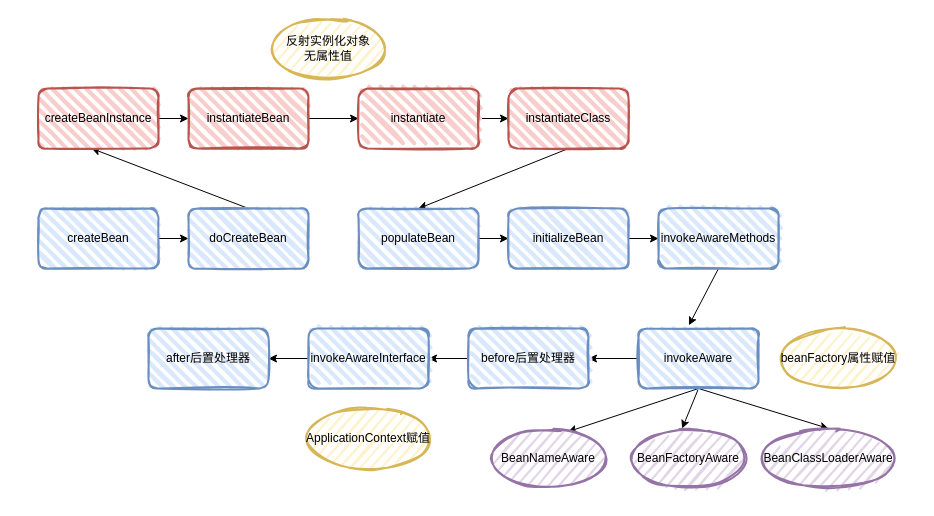
This is bean.drawio from hyinyinh/drawio, a draw.io file, before an edit. Source tidied: cells renumbered, new cells numbered last; positions are measured from the earlier drawing's top-left corner, leaving out a move shared by most shapes. Both pictures are drawn from the tidied source at 100%, with x=0, y=0 at pixel (38, 18).
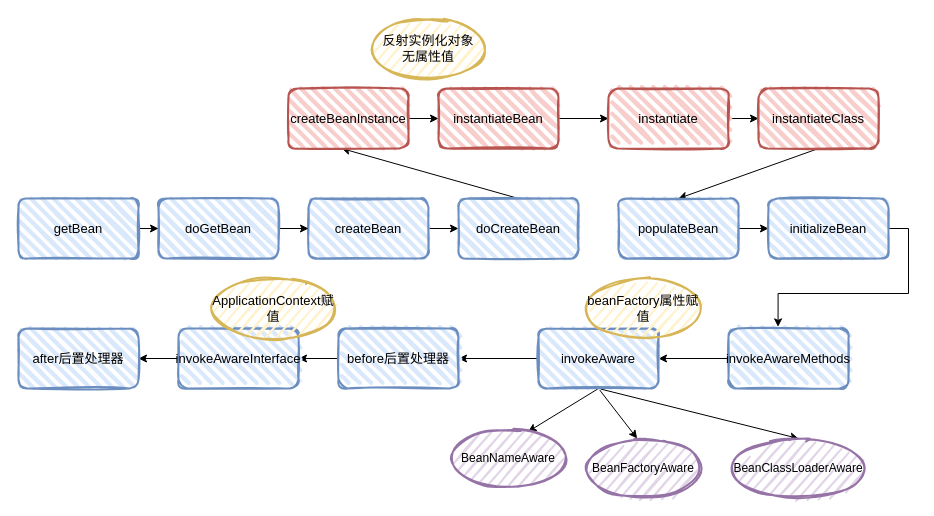
The same page after the edit.

The edit, as a diff of the source:
```diff
@@
-    <mxCell id="2" style="edgeStyle=orthogonalEdgeStyle;rounded=0;jettySize=auto;html=1;exitX=1;exitY=0.5;exitDx=0;exitDy=0;entryX=0;entryY=0.5;entryDx=0;entryDy=0;" parent="1" edge="1" source="3" target="5">
+    <mxCell id="2" style="edgeStyle=orthogonalEdgeStyle;rounded=0;jettySize=auto;html=1;exitX=1;exitY=0.5;exitDx=0;exitDy=0;entryX=0;entryY=0.5;entryDx=0;entryDy=0;fontSize=13;" parent="1" edge="1" source="3" target="5">
       <mxGeometry relative="1" as="geometry" />
     </mxCell>
-    <mxCell id="3" value="createBean" style="rounded=1;whiteSpace=wrap;html=1;strokeWidth=2;fillWeight=4;hachureGap=8;hachureAngle=45;fillColor=#dae8fc;sketch=1;strokeColor=#6c8ebf;" parent="1" vertex="1">
-      <mxGeometry y="190" width="120" height="60" as="geometry" />
+    <mxCell id="3" value="createBean" style="rounded=1;whiteSpace=wrap;html=1;strokeWidth=2;fillWeight=4;hachureGap=8;hachureAngle=45;fillColor=#dae8fc;sketch=1;strokeColor=#6c8ebf;fontSize=13;" parent="1" vertex="1">
+      <mxGeometry x="270" y="180" width="120" height="60" as="geometry" />
     </mxCell>
-    <mxCell id="4" style="edgeStyle=none;rounded=0;jettySize=auto;html=1;exitX=0.5;exitY=0;exitDx=0;exitDy=0;entryX=0.443;entryY=1;entryDx=0;entryDy=0;entryPerimeter=0;" parent="1" edge="1" source="5" target="7">
+    <mxCell id="4" style="edgeStyle=none;rounded=0;jettySize=auto;html=1;exitX=0.5;exitY=0;exitDx=0;exitDy=0;entryX=0.443;entryY=1;entryDx=0;entryDy=0;entryPerimeter=0;fontSize=13;" parent="1" edge="1" source="5" target="7">
       <mxGeometry relative="1" as="geometry" />
     </mxCell>
-    <mxCell id="5" value="doCreateBean" style="rounded=1;whiteSpace=wrap;html=1;strokeWidth=2;fillWeight=4;hachureGap=8;hachureAngle=45;fillColor=#dae8fc;sketch=1;strokeColor=#6c8ebf;" parent="1" vertex="1">
-      <mxGeometry x="150" y="190" width="120" height="60" as="geometry" />
+    <mxCell id="5" value="doCreateBean" style="rounded=1;whiteSpace=wrap;html=1;strokeWidth=2;fillWeight=4;hachureGap=8;hachureAngle=45;fillColor=#dae8fc;sketch=1;strokeColor=#6c8ebf;fontSize=13;" parent="1" vertex="1">
+      <mxGeometry x="420" y="180" width="120" height="60" as="geometry" />
     </mxCell>
-    <mxCell id="6" style="edgeStyle=orthogonalEdgeStyle;rounded=0;jettySize=auto;html=1;exitX=1;exitY=0.5;exitDx=0;exitDy=0;entryX=0;entryY=0.5;entryDx=0;entryDy=0;" parent="1" edge="1" source="7" target="10">
+    <mxCell id="6" style="edgeStyle=orthogonalEdgeStyle;rounded=0;jettySize=auto;html=1;exitX=1;exitY=0.5;exitDx=0;exitDy=0;entryX=0;entryY=0.5;entryDx=0;entryDy=0;fontSize=13;" parent="1" edge="1" source="7" target="10">
       <mxGeometry relative="1" as="geometry" />
     </mxCell>
-    <mxCell id="7" value="createBeanInstance" style="rounded=1;whiteSpace=wrap;html=1;strokeWidth=2;fillWeight=4;hachureGap=8;hachureAngle=45;fillColor=#f8cecc;sketch=1;strokeColor=#b85450;" parent="1" vertex="1">
-      <mxGeometry y="70" width="120" height="60" as="geometry" />
+    <mxCell id="7" value="createBeanInstance" style="rounded=1;whiteSpace=wrap;html=1;strokeWidth=2;fillWeight=4;hachureGap=8;hachureAngle=45;fillColor=#f8cecc;sketch=1;strokeColor=#b85450;fontSize=13;" parent="1" vertex="1">
+      <mxGeometry x="250" y="70" width="120" height="60" as="geometry" />
     </mxCell>
-    <mxCell id="8" value="反射实例化对象&lt;br&gt;无属性值" style="ellipse;whiteSpace=wrap;html=1;strokeWidth=2;fillWeight=2;hachureGap=8;fillColor=#fff2cc;fillStyle=dots;sketch=1;strokeColor=#d6b656;" parent="1" vertex="1">
-      <mxGeometry x="230" width="120" height="60" as="geometry" />
+    <mxCell id="8" value="反射实例化对象&lt;br style=&quot;font-size: 13px;&quot;&gt;无属性值" style="ellipse;whiteSpace=wrap;html=1;strokeWidth=2;fillWeight=2;hachureGap=8;fillColor=#fff2cc;fillStyle=dots;sketch=1;strokeColor=#d6b656;fontSize=13;" parent="1" vertex="1">
+      <mxGeometry x="330" width="120" height="60" as="geometry" />
     </mxCell>
-    <mxCell id="9" style="edgeStyle=orthogonalEdgeStyle;rounded=0;jettySize=auto;html=1;exitX=1;exitY=0.5;exitDx=0;exitDy=0;entryX=0;entryY=0.5;entryDx=0;entryDy=0;" parent="1" edge="1" source="10" target="12">
+    <mxCell id="9" style="edgeStyle=orthogonalEdgeStyle;rounded=0;jettySize=auto;html=1;exitX=1;exitY=0.5;exitDx=0;exitDy=0;entryX=0;entryY=0.5;entryDx=0;entryDy=0;fontSize=13;" parent="1" edge="1" source="10" target="12">
       <mxGeometry relative="1" as="geometry" />
     </mxCell>
-    <mxCell id="10" value="instantiateBean" style="rounded=1;whiteSpace=wrap;html=1;strokeWidth=2;fillWeight=4;hachureGap=8;hachureAngle=45;fillColor=#f8cecc;sketch=1;strokeColor=#b85450;" parent="1" vertex="1">
-      <mxGeometry x="150" y="70" width="120" height="60" as="geometry" />
+    <mxCell id="10" value="instantiateBean" style="rounded=1;whiteSpace=wrap;html=1;strokeWidth=2;fillWeight=4;hachureGap=8;hachureAngle=45;fillColor=#f8cecc;sketch=1;strokeColor=#b85450;fontSize=13;" parent="1" vertex="1">
+      <mxGeometry x="400" y="70" width="120" height="60" as="geometry" />
     </mxCell>
-    <mxCell id="11" style="edgeStyle=orthogonalEdgeStyle;rounded=0;jettySize=auto;html=1;exitX=1;exitY=0.5;exitDx=0;exitDy=0;" parent="1" edge="1" source="12" target="14">
+    <mxCell id="11" style="edgeStyle=orthogonalEdgeStyle;rounded=0;jettySize=auto;html=1;exitX=1;exitY=0.5;exitDx=0;exitDy=0;fontSize=13;" parent="1" edge="1" source="12" target="14">
       <mxGeometry relative="1" as="geometry" />
     </mxCell>
-    <mxCell id="12" value="instantiate" style="rounded=1;whiteSpace=wrap;html=1;strokeWidth=2;fillWeight=4;hachureGap=8;hachureAngle=45;fillColor=#f8cecc;sketch=1;strokeColor=#b85450;" parent="1" vertex="1">
-      <mxGeometry x="320" y="70" width="120" height="60" as="geometry" />
+    <mxCell id="12" value="instantiate" style="rounded=1;whiteSpace=wrap;html=1;strokeWidth=2;fillWeight=4;hachureGap=8;hachureAngle=45;fillColor=#f8cecc;sketch=1;strokeColor=#b85450;fontSize=13;" parent="1" vertex="1">
+      <mxGeometry x="570" y="70" width="120" height="60" as="geometry" />
     </mxCell>
-    <mxCell id="13" style="edgeStyle=none;rounded=0;jettySize=auto;html=1;exitX=0.5;exitY=1;exitDx=0;exitDy=0;entryX=0.5;entryY=0;entryDx=0;entryDy=0;" parent="1" edge="1" source="14" target="16">
+    <mxCell id="13" style="edgeStyle=none;rounded=0;jettySize=auto;html=1;exitX=0.5;exitY=1;exitDx=0;exitDy=0;entryX=0.5;entryY=0;entryDx=0;entryDy=0;fontSize=13;" parent="1" edge="1" source="14" target="16">
       <mxGeometry relative="1" as="geometry" />
     </mxCell>
-    <mxCell id="14" value="instantiateClass" style="rounded=1;whiteSpace=wrap;html=1;strokeWidth=2;fillWeight=4;hachureGap=8;hachureAngle=45;fillColor=#f8cecc;sketch=1;strokeColor=#b85450;" parent="1" vertex="1">
-      <mxGeometry x="470" y="70" width="120" height="60" as="geometry" />
+    <mxCell id="14" value="instantiateClass" style="rounded=1;whiteSpace=wrap;html=1;strokeWidth=2;fillWeight=4;hachureGap=8;hachureAngle=45;fillColor=#f8cecc;sketch=1;strokeColor=#b85450;fontSize=13;" parent="1" vertex="1">
+      <mxGeometry x="720" y="70" width="120" height="60" as="geometry" />
     </mxCell>
-    <mxCell id="15" style="edgeStyle=none;rounded=0;jettySize=auto;html=1;exitX=1;exitY=0.5;exitDx=0;exitDy=0;" parent="1" edge="1" source="16" target="18">
+    <mxCell id="15" style="edgeStyle=none;rounded=0;jettySize=auto;html=1;exitX=1;exitY=0.5;exitDx=0;exitDy=0;fontSize=13;" parent="1" edge="1" source="16" target="18">
       <mxGeometry relative="1" as="geometry" />
     </mxCell>
-    <mxCell id="16" value="populateBean" style="rounded=1;whiteSpace=wrap;html=1;strokeWidth=2;fillWeight=4;hachureGap=8;hachureAngle=45;fillColor=#dae8fc;sketch=1;strokeColor=#6c8ebf;" parent="1" vertex="1">
-      <mxGeometry x="320" y="190" width="120" height="60" as="geometry" />
+    <mxCell id="16" value="populateBean" style="rounded=1;whiteSpace=wrap;html=1;strokeWidth=2;fillWeight=4;hachureGap=8;hachureAngle=45;fillColor=#dae8fc;sketch=1;strokeColor=#6c8ebf;fontSize=13;" parent="1" vertex="1">
+      <mxGeometry x="580" y="180" width="120" height="60" as="geometry" />
     </mxCell>
-    <mxCell id="17" style="edgeStyle=none;rounded=0;jettySize=auto;html=1;exitX=1;exitY=0.5;exitDx=0;exitDy=0;entryX=0;entryY=0.5;entryDx=0;entryDy=0;" parent="1" edge="1" source="18" target="20">
+    <mxCell id="17" style="edgeStyle=orthogonalEdgeStyle;rounded=0;jettySize=auto;html=1;exitX=1;exitY=0.5;exitDx=0;exitDy=0;entryX=0.413;entryY=-0.027;entryDx=0;entryDy=0;fontSize=13;entryPerimeter=0;" parent="1" edge="1" source="18" target="20">
       <mxGeometry relative="1" as="geometry" />
     </mxCell>
-    <mxCell id="18" value="initializeBean" style="rounded=1;whiteSpace=wrap;html=1;strokeWidth=2;fillWeight=4;hachureGap=8;hachureAngle=45;fillColor=#dae8fc;sketch=1;strokeColor=#6c8ebf;" parent="1" vertex="1">
-      <mxGeometry x="470" y="190" width="120" height="60" as="geometry" />
+    <mxCell id="18" value="initializeBean" style="rounded=1;whiteSpace=wrap;html=1;strokeWidth=2;fillWeight=4;hachureGap=8;hachureAngle=45;fillColor=#dae8fc;sketch=1;strokeColor=#6c8ebf;fontSize=13;" parent="1" vertex="1">
+      <mxGeometry x="730" y="180" width="120" height="60" as="geometry" />
     </mxCell>
-    <mxCell id="19" style="edgeStyle=none;rounded=0;jettySize=auto;html=1;exitX=0.5;exitY=1;exitDx=0;exitDy=0;entryX=0.42;entryY=-0.053;entryDx=0;entryDy=0;entryPerimeter=0;" parent="1" edge="1" source="20" target="25">
+    <mxCell id="19" style="edgeStyle=orthogonalEdgeStyle;rounded=0;jettySize=auto;html=1;exitX=0;exitY=0.5;exitDx=0;exitDy=0;entryX=1;entryY=0.5;entryDx=0;entryDy=0;fontSize=13;" parent="1" edge="1" source="20" target="25">
       <mxGeometry relative="1" as="geometry" />
     </mxCell>
-    <mxCell id="20" value="invokeAwareMethods" style="rounded=1;whiteSpace=wrap;html=1;strokeWidth=2;fillWeight=4;hachureGap=8;hachureAngle=45;fillColor=#dae8fc;sketch=1;strokeColor=#6c8ebf;" parent="1" vertex="1">
-      <mxGeometry x="620" y="190" width="120" height="60" as="geometry" />
+    <mxCell id="20" value="invokeAwareMethods" style="rounded=1;whiteSpace=wrap;html=1;strokeWidth=2;fillWeight=4;hachureGap=8;hachureAngle=45;fillColor=#dae8fc;sketch=1;strokeColor=#6c8ebf;fontSize=13;" parent="1" vertex="1">
+      <mxGeometry x="690" y="310" width="120" height="60" as="geometry" />
     </mxCell>
-    <mxCell id="21" style="edgeStyle=none;rounded=0;jettySize=auto;html=1;exitX=0;exitY=0.5;exitDx=0;exitDy=0;entryX=1;entryY=0.5;entryDx=0;entryDy=0;" parent="1" edge="1" source="25" target="30">
+    <mxCell id="21" style="edgeStyle=none;rounded=0;jettySize=auto;html=1;exitX=0;exitY=0.5;exitDx=0;exitDy=0;entryX=1;entryY=0.5;entryDx=0;entryDy=0;fontSize=13;" parent="1" edge="1" source="25" target="30">
       <mxGeometry relative="1" as="geometry" />
     </mxCell>
@@
-    <mxCell id="25" value="invokeAware" style="rounded=1;whiteSpace=wrap;html=1;strokeWidth=2;fillWeight=4;hachureGap=8;hachureAngle=45;fillColor=#dae8fc;sketch=1;strokeColor=#6c8ebf;" parent="1" vertex="1">
-      <mxGeometry x="600" y="310" width="120" height="60" as="geometry" />
+    <mxCell id="25" value="invokeAware" style="rounded=1;whiteSpace=wrap;html=1;strokeWidth=2;fillWeight=4;hachureGap=8;hachureAngle=45;fillColor=#dae8fc;sketch=1;strokeColor=#6c8ebf;fontSize=13;" parent="1" vertex="1">
+      <mxGeometry x="500" y="310" width="120" height="60" as="geometry" />
     </mxCell>
     <mxCell id="26" value="BeanNameAware" style="ellipse;whiteSpace=wrap;html=1;strokeWidth=2;fillWeight=2;hachureGap=8;fillColor=#e1d5e7;fillStyle=dots;sketch=1;strokeColor=#9673a6;" parent="1" vertex="1">
-      <mxGeometry x="450" y="410" width="120" height="60" as="geometry" />
+      <mxGeometry x="410" y="410" width="120" height="60" as="geometry" />
     </mxCell>
     <mxCell id="27" value="BeanFactoryAware" style="ellipse;whiteSpace=wrap;html=1;strokeWidth=2;fillWeight=2;hachureGap=8;fillColor=#e1d5e7;fillStyle=dots;sketch=1;strokeColor=#9673a6;" parent="1" vertex="1">
-      <mxGeometry x="590" y="410" width="120" height="60" as="geometry" />
+      <mxGeometry x="545" y="420" width="120" height="60" as="geometry" />
     </mxCell>
     <mxCell id="28" value="BeanClassLoaderAware" style="ellipse;whiteSpace=wrap;html=1;strokeWidth=2;fillWeight=2;hachureGap=8;fillColor=#e1d5e7;fillStyle=dots;sketch=1;strokeColor=#9673a6;" parent="1" vertex="1">
-      <mxGeometry x="720" y="410" width="140" height="60" as="geometry" />
+      <mxGeometry x="690" y="420" width="140" height="60" as="geometry" />
     </mxCell>
-    <mxCell id="29" style="edgeStyle=none;rounded=0;jettySize=auto;html=1;exitX=0;exitY=0.5;exitDx=0;exitDy=0;" parent="1" edge="1" source="30" target="32">
+    <mxCell id="29" style="edgeStyle=none;rounded=0;jettySize=auto;html=1;exitX=0;exitY=0.5;exitDx=0;exitDy=0;fontSize=13;" parent="1" edge="1" source="30" target="32">
       <mxGeometry relative="1" as="geometry" />
     </mxCell>
-    <mxCell id="30" value="before后置处理器" style="rounded=1;whiteSpace=wrap;html=1;strokeWidth=2;fillWeight=4;hachureGap=8;hachureAngle=45;fillColor=#dae8fc;sketch=1;strokeColor=#6c8ebf;" parent="1" vertex="1">
-      <mxGeometry x="430" y="310" width="120" height="60" as="geometry" />
+    <mxCell id="30" value="before后置处理器" style="rounded=1;whiteSpace=wrap;html=1;strokeWidth=2;fillWeight=4;hachureGap=8;hachureAngle=45;fillColor=#dae8fc;sketch=1;strokeColor=#6c8ebf;fontSize=13;" parent="1" vertex="1">
+      <mxGeometry x="300" y="310" width="120" height="60" as="geometry" />
     </mxCell>
-    <mxCell id="31" style="edgeStyle=none;rounded=0;jettySize=auto;html=1;exitX=0;exitY=0.5;exitDx=0;exitDy=0;entryX=1;entryY=0.5;entryDx=0;entryDy=0;" parent="1" edge="1" source="32" target="33">
+    <mxCell id="31" style="edgeStyle=none;rounded=0;jettySize=auto;html=1;exitX=0;exitY=0.5;exitDx=0;exitDy=0;entryX=1;entryY=0.5;entryDx=0;entryDy=0;fontSize=13;" parent="1" edge="1" source="32" target="33">
       <mxGeometry relative="1" as="geometry" />
     </mxCell>
-    <mxCell id="32" value="invokeAwareInterface" style="rounded=1;whiteSpace=wrap;html=1;strokeWidth=2;fillWeight=4;hachureGap=8;hachureAngle=45;fillColor=#dae8fc;sketch=1;strokeColor=#6c8ebf;" parent="1" vertex="1">
-      <mxGeometry x="270" y="310" width="120" height="60" as="geometry" />
+    <mxCell id="32" value="invokeAwareInterface" style="rounded=1;whiteSpace=wrap;html=1;strokeWidth=2;fillWeight=4;hachureGap=8;hachureAngle=45;fillColor=#dae8fc;sketch=1;strokeColor=#6c8ebf;fontSize=13;" parent="1" vertex="1">
+      <mxGeometry x="140" y="310" width="120" height="60" as="geometry" />
     </mxCell>
-    <mxCell id="33" value="after后置处理器" style="rounded=1;whiteSpace=wrap;html=1;strokeWidth=2;fillWeight=4;hachureGap=8;hachureAngle=45;fillColor=#dae8fc;sketch=1;strokeColor=#6c8ebf;" parent="1" vertex="1">
-      <mxGeometry x="110" y="310" width="120" height="60" as="geometry" />
+    <mxCell id="33" value="after后置处理器" style="rounded=1;whiteSpace=wrap;html=1;strokeWidth=2;fillWeight=4;hachureGap=8;hachureAngle=45;fillColor=#dae8fc;sketch=1;strokeColor=#6c8ebf;fontSize=13;" parent="1" vertex="1">
+      <mxGeometry x="-20" y="310" width="120" height="60" as="geometry" />
     </mxCell>
-    <mxCell id="34" value="beanFactory属性赋值" style="ellipse;whiteSpace=wrap;html=1;strokeWidth=2;fillWeight=2;hachureGap=8;fillColor=#fff2cc;fillStyle=dots;sketch=1;strokeColor=#d6b656;" parent="1" vertex="1">
-      <mxGeometry x="740" y="310" width="120" height="60" as="geometry" />
+    <mxCell id="34" value="beanFactory属性赋值" style="ellipse;whiteSpace=wrap;html=1;strokeWidth=2;fillWeight=2;hachureGap=8;fillColor=#fff2cc;fillStyle=dots;sketch=1;strokeColor=#d6b656;fontSize=13;" parent="1" vertex="1">
+      <mxGeometry x="545" y="260" width="120" height="60" as="geometry" />
     </mxCell>
-    <mxCell id="35" value="ApplicationContext赋值" style="ellipse;whiteSpace=wrap;html=1;strokeWidth=2;fillWeight=2;hachureGap=8;fillColor=#fff2cc;fillStyle=dots;sketch=1;strokeColor=#d6b656;" parent="1" vertex="1">
-      <mxGeometry x="265" y="390" width="130" height="60" as="geometry" />
+    <mxCell id="35" value="ApplicationContext赋值" style="ellipse;whiteSpace=wrap;html=1;strokeWidth=2;fillWeight=2;hachureGap=8;fillColor=#fff2cc;fillStyle=dots;sketch=1;strokeColor=#d6b656;fontSize=13;" parent="1" vertex="1">
+      <mxGeometry x="170" y="260" width="130" height="60" as="geometry" />
     </mxCell>
+    <mxCell id="36" style="edgeStyle=orthogonalEdgeStyle;rounded=0;jettySize=auto;html=1;exitX=1;exitY=0.5;exitDx=0;exitDy=0;fontSize=13;" parent="1" edge="1" source="37" target="39">
+      <mxGeometry relative="1" as="geometry" />
+    </mxCell>
+    <mxCell id="37" value="getBean" style="rounded=1;whiteSpace=wrap;html=1;strokeWidth=2;fillWeight=4;hachureGap=8;hachureAngle=45;fillColor=#dae8fc;sketch=1;strokeColor=#6c8ebf;fontSize=13;" parent="1" vertex="1">
+      <mxGeometry x="-20" y="180" width="120" height="60" as="geometry" />
+    </mxCell>
+    <mxCell id="38" style="edgeStyle=orthogonalEdgeStyle;rounded=0;jettySize=auto;html=1;exitX=1;exitY=0.5;exitDx=0;exitDy=0;fontSize=13;" parent="1" edge="1" source="39" target="3">
+      <mxGeometry relative="1" as="geometry" />
+    </mxCell>
+    <mxCell id="39" value="doGetBean" style="rounded=1;whiteSpace=wrap;html=1;strokeWidth=2;fillWeight=4;hachureGap=8;hachureAngle=45;fillColor=#dae8fc;sketch=1;strokeColor=#6c8ebf;fontSize=13;" parent="1" vertex="1">
+      <mxGeometry x="120" y="180" width="120" height="60" as="geometry" />
+    </mxCell>
```
